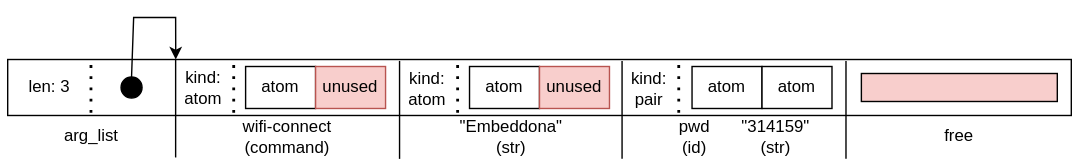
Before: arg_arena.svg, a diagram exported from draw.io (padeir0/mish). Source tidied: cells renumbered, new cells last; positions are measured from the earlier drawing's top-left corner, leaving out a move shared by most shapes.
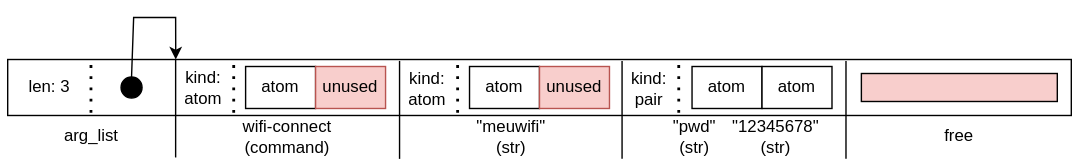
After the commit.

Diff of the diagram source:
```diff
@@ -106,13 +106,13 @@
     <mxCell id="26" value="wifi-connect&lt;br&gt;(command)" style="text;html=1;align=center;verticalAlign=middle;whiteSpace=wrap;rounded=0;" parent="1" vertex="1">
       <mxGeometry x="160" y="70" width="80" height="30" as="geometry" />
     </mxCell>
-    <mxCell id="27" value="&quot;Embeddona&quot;&lt;br&gt;(str)" style="text;html=1;align=center;verticalAlign=middle;whiteSpace=wrap;rounded=0;" parent="1" vertex="1">
+    <mxCell id="27" value="&quot;meuwifi&quot;&lt;br&gt;(str)" style="text;html=1;align=center;verticalAlign=middle;whiteSpace=wrap;rounded=0;" parent="1" vertex="1">
       <mxGeometry x="320" y="70" width="80" height="30" as="geometry" />
     </mxCell>
-    <mxCell id="28" value="pwd&lt;br&gt;(id)" style="text;html=1;align=center;verticalAlign=middle;whiteSpace=wrap;rounded=0;" parent="1" vertex="1">
+    <mxCell id="28" value="&quot;pwd&quot;&lt;br&gt;(str)" style="text;html=1;align=center;verticalAlign=middle;whiteSpace=wrap;rounded=0;" parent="1" vertex="1">
       <mxGeometry x="471" y="70" width="40" height="30" as="geometry" />
     </mxCell>
-    <mxCell id="29" value="&quot;314159&quot;&lt;br&gt;(str)" style="text;html=1;align=center;verticalAlign=middle;whiteSpace=wrap;rounded=0;" parent="1" vertex="1">
+    <mxCell id="29" value="&quot;12345678&quot;&lt;br&gt;(str)" style="text;html=1;align=center;verticalAlign=middle;whiteSpace=wrap;rounded=0;" parent="1" vertex="1">
       <mxGeometry x="529" y="70" width="40" height="30" as="geometry" />
     </mxCell>
   </root>
```
